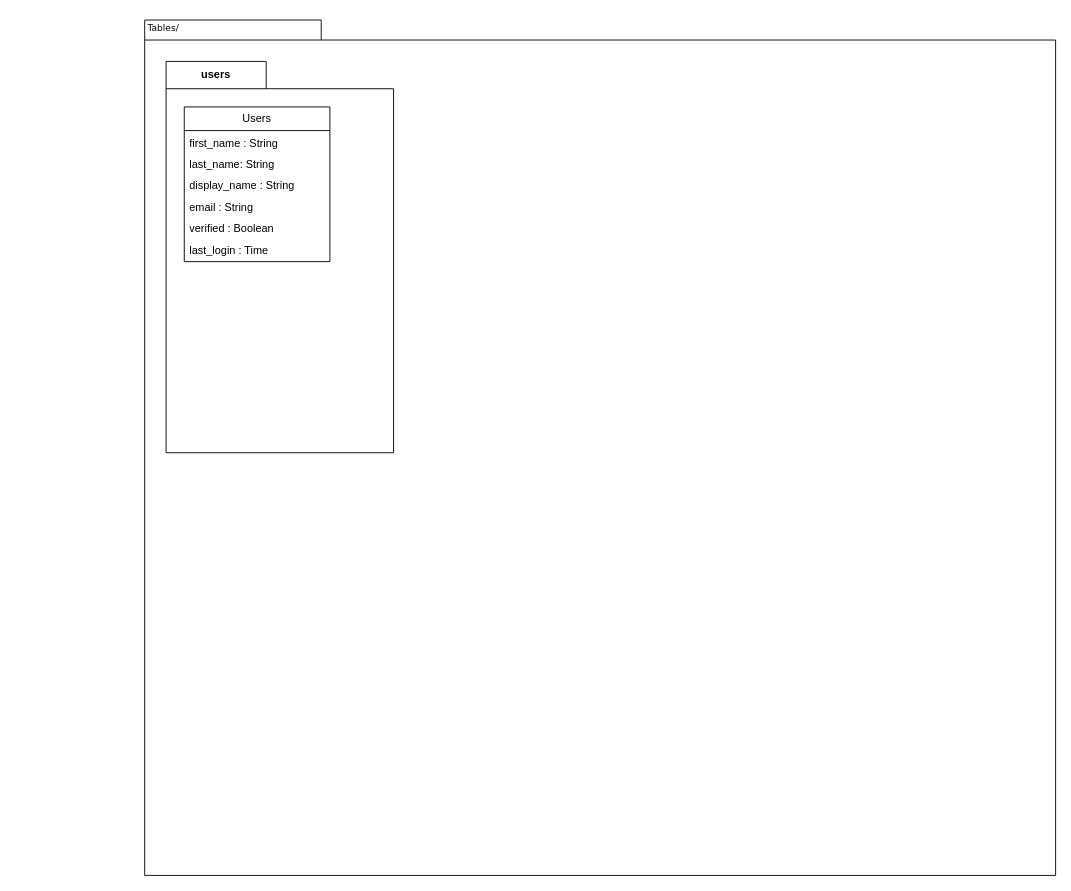
Bilgecrank/hindsite keeps this draw.io diagram as .diagrams/module-diag-example.drawio. Above is the earlier version. Source tidied: cells renumbered, new cells numbered last; positions are measured from the earlier drawing's top-left corner, leaving out a move shared by most shapes. Both pictures are drawn from the tidied source at 91%, with x=0, y=0 at pixel (144, 19).
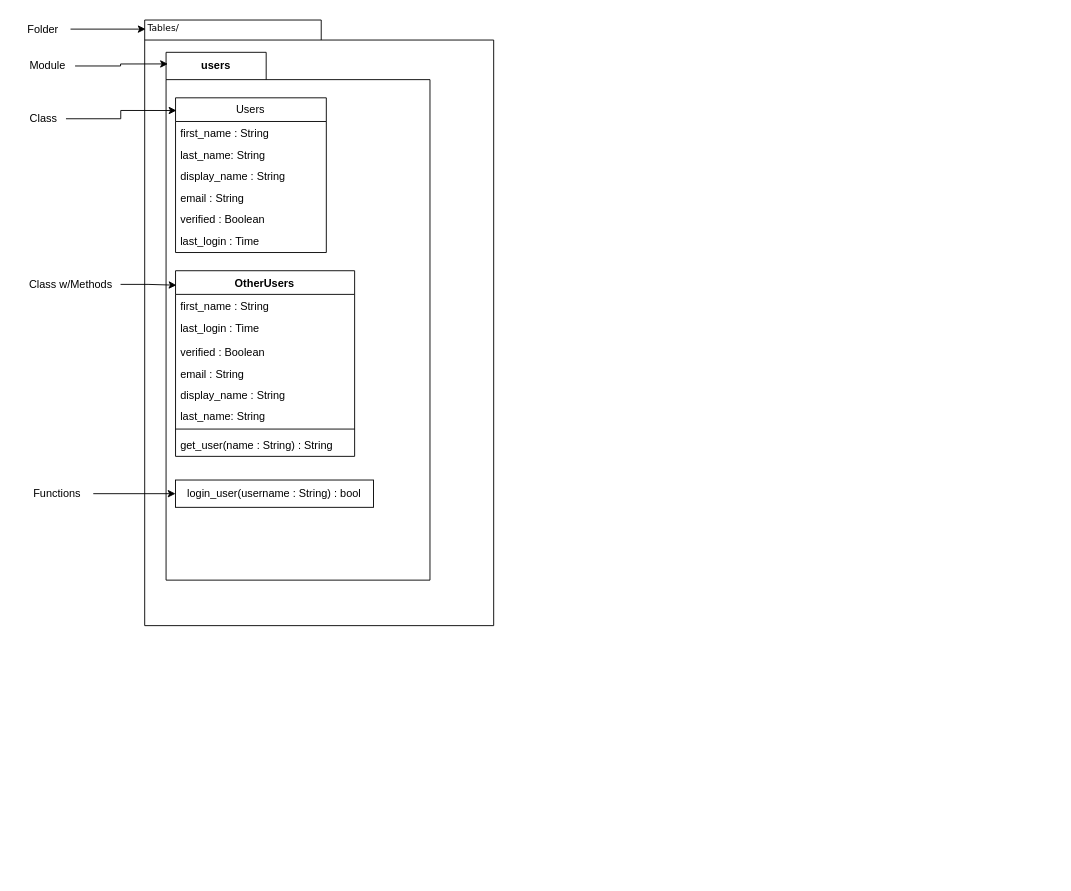
After the change.

The change refers to these unchanged cells:
```xml
<mxCell id="3" value="Tables/" style="text;html=1;align=left;verticalAlign=top;spacingTop=-4;fontSize=10;fontFamily=Verdana;" parent="1" vertex="1">
  <mxGeometry x="1.5" y="0.5" width="130" height="20" as="geometry" />
</mxCell>
```

Change to the diagram source:
```diff
@@
     <mxCell id="2" style="shape=folder;fontStyle=1;spacingTop=10;tabWidth=194;tabHeight=22;tabPosition=left;html=1;rounded=0;shadow=0;comic=0;labelBackgroundColor=none;strokeWidth=1;fillColor=none;fontFamily=Verdana;fontSize=10;align=center;" parent="1" vertex="1">
-      <mxGeometry x="0.5" y="0.5" width="1001" height="940" as="geometry" />
+      <mxGeometry x="0.5" y="0.5" width="383.5" height="665.5" as="geometry" />
     </mxCell>
@@
     <mxCell id="4" value="users" style="shape=folder;fontStyle=1;tabWidth=110;tabHeight=30;tabPosition=left;html=1;boundedLbl=1;labelInHeader=1;whiteSpace=wrap;" parent="1" vertex="1">
-      <mxGeometry x="24" y="46" width="250" height="430" as="geometry" />
+      <mxGeometry x="24" y="36" width="290" height="580" as="geometry" />
     </mxCell>
     <mxCell id="5" style="html=1;strokeColor=none;fillColor=none;whiteSpace=wrap;" parent="4" vertex="1">
-      <mxGeometry width="250" height="236.5" relative="1" as="geometry">
+      <mxGeometry width="229.81" height="300" relative="1" as="geometry">
         <mxPoint y="30" as="offset" />
       </mxGeometry>
     </mxCell>
+    <mxCell id="13" value="login_user(username : String) : bool" style="html=1;whiteSpace=wrap;" parent="4" vertex="1">
+      <mxGeometry x="10.4" y="470" width="217.5" height="30" as="geometry" />
+    </mxCell>
+    <mxCell id="14" value="OtherUsers" style="swimlane;fontStyle=1;align=center;verticalAlign=top;horizontal=1;startSize=26;whiteSpace=wrap;html=1;" parent="4" vertex="1">
+      <mxGeometry x="10.4" y="240" width="196.8" height="204" as="geometry" />
+    </mxCell>
+    <mxCell id="15" value="first_name : String" style="text;strokeColor=none;fillColor=none;align=left;verticalAlign=top;spacingLeft=4;spacingRight=4;overflow=hidden;whiteSpace=wrap;html=1;" parent="14" vertex="1">
+      <mxGeometry y="26" width="196.8" height="23.5" as="geometry" />
+    </mxCell>
+    <mxCell id="16" value="last_login : Time" style="text;strokeColor=none;fillColor=none;align=left;verticalAlign=top;spacingLeft=4;spacingRight=4;overflow=hidden;whiteSpace=wrap;html=1;" parent="14" vertex="1">
+      <mxGeometry y="49.5" width="196.8" height="26.5" as="geometry" />
+    </mxCell>
+    <mxCell id="17" value="verified : Boolean" style="text;strokeColor=none;fillColor=none;align=left;verticalAlign=top;spacingLeft=4;spacingRight=4;overflow=hidden;whiteSpace=wrap;html=1;" parent="14" vertex="1">
+      <mxGeometry y="76" width="196.8" height="23.5" as="geometry" />
+    </mxCell>
+    <mxCell id="18" value="email : String" style="text;strokeColor=none;fillColor=none;align=left;verticalAlign=top;spacingLeft=4;spacingRight=4;overflow=hidden;whiteSpace=wrap;html=1;" parent="14" vertex="1">
+      <mxGeometry y="99.5" width="196.8" height="23.5" as="geometry" />
+    </mxCell>
+    <mxCell id="19" value="display_name : String" style="text;strokeColor=none;fillColor=none;align=left;verticalAlign=top;spacingLeft=4;spacingRight=4;overflow=hidden;whiteSpace=wrap;html=1;" parent="14" vertex="1">
+      <mxGeometry y="123" width="196.8" height="23.5" as="geometry" />
+    </mxCell>
+    <mxCell id="20" value="last_name: String" style="text;strokeColor=none;fillColor=none;align=left;verticalAlign=top;spacingLeft=4;spacingRight=4;overflow=hidden;whiteSpace=wrap;html=1;" parent="14" vertex="1">
+      <mxGeometry y="146.5" width="196.8" height="23.5" as="geometry" />
+    </mxCell>
+    <mxCell id="21" style="line;strokeWidth=1;fillColor=none;align=left;verticalAlign=middle;spacingTop=-1;spacingLeft=3;spacingRight=3;labelPosition=right;strokeColor=inherit;" parent="14" vertex="1">
+      <mxGeometry y="170" width="196.8" height="8" as="geometry" />
+    </mxCell>
+    <mxCell id="22" value="get_user(name : String) : String" style="text;strokeColor=none;fillColor=none;align=left;verticalAlign=top;spacingLeft=4;spacingRight=4;overflow=hidden;whiteSpace=wrap;html=1;" parent="14" vertex="1">
+      <mxGeometry y="178" width="196.8" height="26" as="geometry" />
+    </mxCell>
     <mxCell id="6" value="Users" style="swimlane;fontStyle=0;horizontal=1;startSize=26;fillColor=none;whiteSpace=wrap;html=1;" parent="4" vertex="1">
-      <mxGeometry x="20" y="50" width="160" height="170" as="geometry" />
+      <mxGeometry x="10.4" y="50" width="165.7" height="170" as="geometry" />
     </mxCell>
     <mxCell id="7" value="first_name : String" style="text;strokeColor=none;fillColor=none;align=left;verticalAlign=top;spacingLeft=4;spacingRight=4;overflow=hidden;whiteSpace=wrap;html=1;" parent="6" vertex="1">
-      <mxGeometry y="26" width="160" height="23.5" as="geometry" />
+      <mxGeometry y="26" width="165.7" height="23.5" as="geometry" />
     </mxCell>
     <mxCell id="8" value="last_name: String" style="text;strokeColor=none;fillColor=none;align=left;verticalAlign=top;spacingLeft=4;spacingRight=4;overflow=hidden;whiteSpace=wrap;html=1;" parent="6" vertex="1">
-      <mxGeometry y="49.5" width="160" height="23.5" as="geometry" />
+      <mxGeometry y="49.5" width="165.7" height="23.5" as="geometry" />
     </mxCell>
     <mxCell id="9" value="display_name : String" style="text;strokeColor=none;fillColor=none;align=left;verticalAlign=top;spacingLeft=4;spacingRight=4;overflow=hidden;whiteSpace=wrap;html=1;" parent="6" vertex="1">
-      <mxGeometry y="73" width="160" height="23.5" as="geometry" />
+      <mxGeometry y="73" width="165.7" height="23.5" as="geometry" />
     </mxCell>
     <mxCell id="10" value="email : String" style="text;strokeColor=none;fillColor=none;align=left;verticalAlign=top;spacingLeft=4;spacingRight=4;overflow=hidden;whiteSpace=wrap;html=1;" parent="6" vertex="1">
-      <mxGeometry y="96.5" width="160" height="23.5" as="geometry" />
+      <mxGeometry y="96.5" width="165.7" height="23.5" as="geometry" />
     </mxCell>
     <mxCell id="11" value="verified : Boolean" style="text;strokeColor=none;fillColor=none;align=left;verticalAlign=top;spacingLeft=4;spacingRight=4;overflow=hidden;whiteSpace=wrap;html=1;" parent="6" vertex="1">
-      <mxGeometry y="120" width="160" height="23.5" as="geometry" />
+      <mxGeometry y="120" width="165.7" height="23.5" as="geometry" />
     </mxCell>
     <mxCell id="12" value="last_login : Time" style="text;strokeColor=none;fillColor=none;align=left;verticalAlign=top;spacingLeft=4;spacingRight=4;overflow=hidden;whiteSpace=wrap;html=1;" parent="6" vertex="1">
-      <mxGeometry y="143.5" width="160" height="26.5" as="geometry" />
+      <mxGeometry y="143.5" width="165.7" height="26.5" as="geometry" />
     </mxCell>
+    <mxCell id="23" style="edgeStyle=orthogonalEdgeStyle;rounded=0;jettySize=auto;html=1;" parent="1" edge="1" source="24" target="3">
+      <mxGeometry relative="1" as="geometry" />
+    </mxCell>
+    <mxCell id="24" value="Folder" style="text;html=1;strokeColor=none;fillColor=none;align=center;verticalAlign=middle;whiteSpace=wrap;rounded=0;" parent="1" vertex="1">
+      <mxGeometry x="-141" y="-4.5" width="60" height="30" as="geometry" />
+    </mxCell>
+    <mxCell id="25" style="edgeStyle=orthogonalEdgeStyle;rounded=0;jettySize=auto;html=1;entryX=0.007;entryY=0.022;entryDx=0;entryDy=0;entryPerimeter=0;" parent="1" edge="1" source="26" target="4">
+      <mxGeometry relative="1" as="geometry" />
+    </mxCell>
+    <mxCell id="26" value="Module" style="text;html=1;strokeColor=none;fillColor=none;align=center;verticalAlign=middle;whiteSpace=wrap;rounded=0;" parent="1" vertex="1">
+      <mxGeometry x="-136" y="36" width="60" height="30" as="geometry" />
+    </mxCell>
+    <mxCell id="27" style="edgeStyle=orthogonalEdgeStyle;rounded=0;jettySize=auto;html=1;entryX=0.006;entryY=0.082;entryDx=0;entryDy=0;entryPerimeter=0;" parent="1" edge="1" source="28" target="6">
+      <mxGeometry relative="1" as="geometry" />
+    </mxCell>
+    <mxCell id="28" value="Class" style="text;html=1;align=center;verticalAlign=middle;points=[];strokeColor=none;fillColor=none;" parent="1" vertex="1">
+      <mxGeometry x="-136" y="94" width="50" height="30" as="geometry" />
+    </mxCell>
+    <mxCell id="29" style="edgeStyle=orthogonalEdgeStyle;rounded=0;jettySize=auto;html=1;entryX=0.005;entryY=0.078;entryDx=0;entryDy=0;entryPerimeter=0;" parent="1" edge="1" source="30" target="14">
+      <mxGeometry relative="1" as="geometry" />
+    </mxCell>
+    <mxCell id="30" value="Class w/Methods" style="text;html=1;align=center;verticalAlign=middle;points=[];strokeColor=none;fillColor=none;" parent="1" vertex="1">
+      <mxGeometry x="-136" y="276" width="110" height="30" as="geometry" />
+    </mxCell>
+    <mxCell id="31" style="edgeStyle=orthogonalEdgeStyle;rounded=0;jettySize=auto;html=1;" parent="1" edge="1" source="32" target="13">
+      <mxGeometry relative="1" as="geometry" />
+    </mxCell>
+    <mxCell id="32" value="Functions" style="text;html=1;align=center;verticalAlign=middle;points=[];strokeColor=none;fillColor=none;" parent="1" vertex="1">
+      <mxGeometry x="-136" y="506" width="80" height="30" as="geometry" />
+    </mxCell>
```
